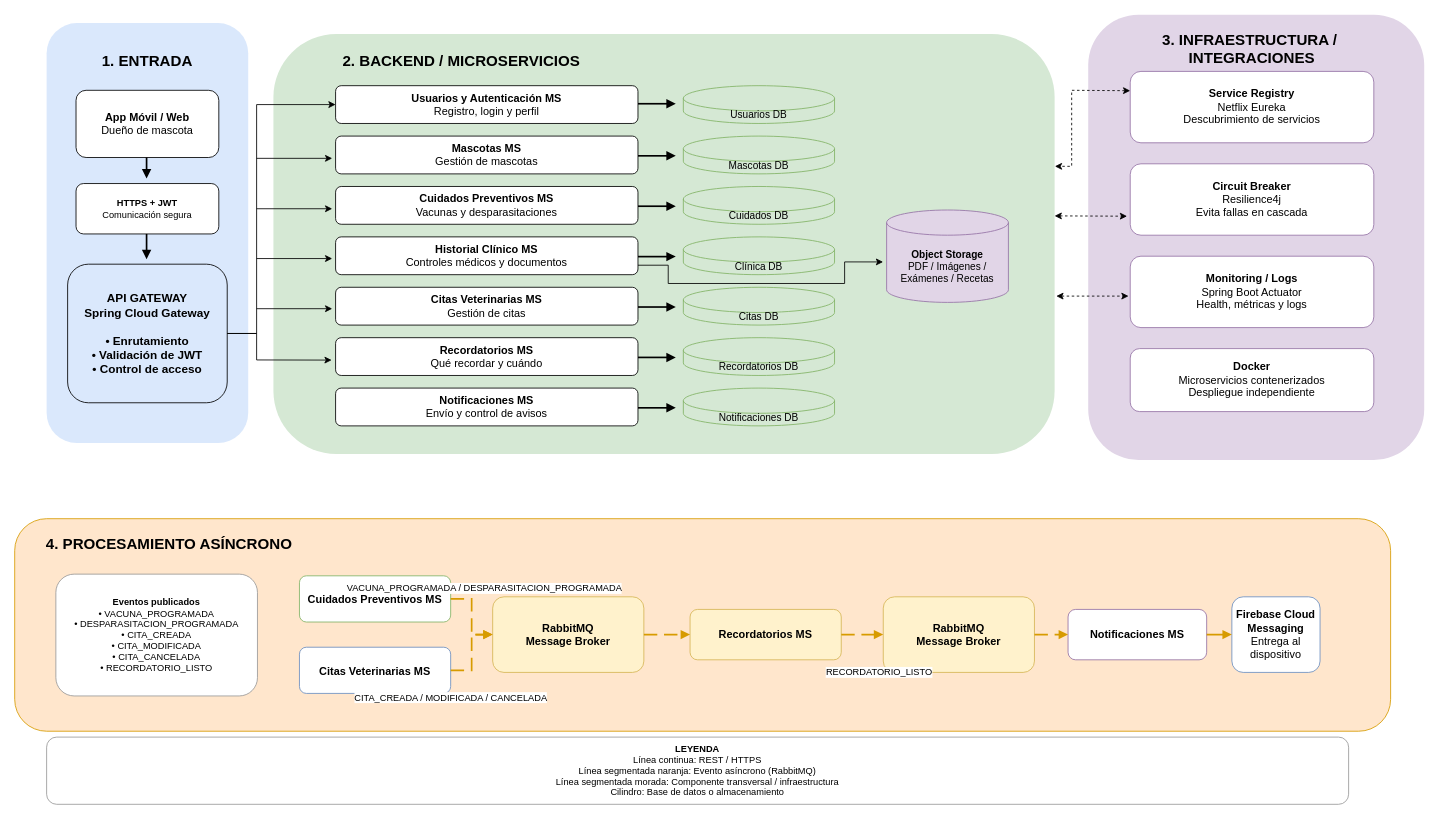
The draw.io diagram registroMascotas/anexos/diagrama-arquitectura.drawio in bradanovich/registroMascotas, before the edit. Source tidied: cells renumbered, new cells numbered last; positions are measured from the earlier drawing's top-left corner, leaving out a move shared by most shapes. Both pictures are drawn from the tidied source at 84%, with x=0, y=0 at pixel (14, 14).
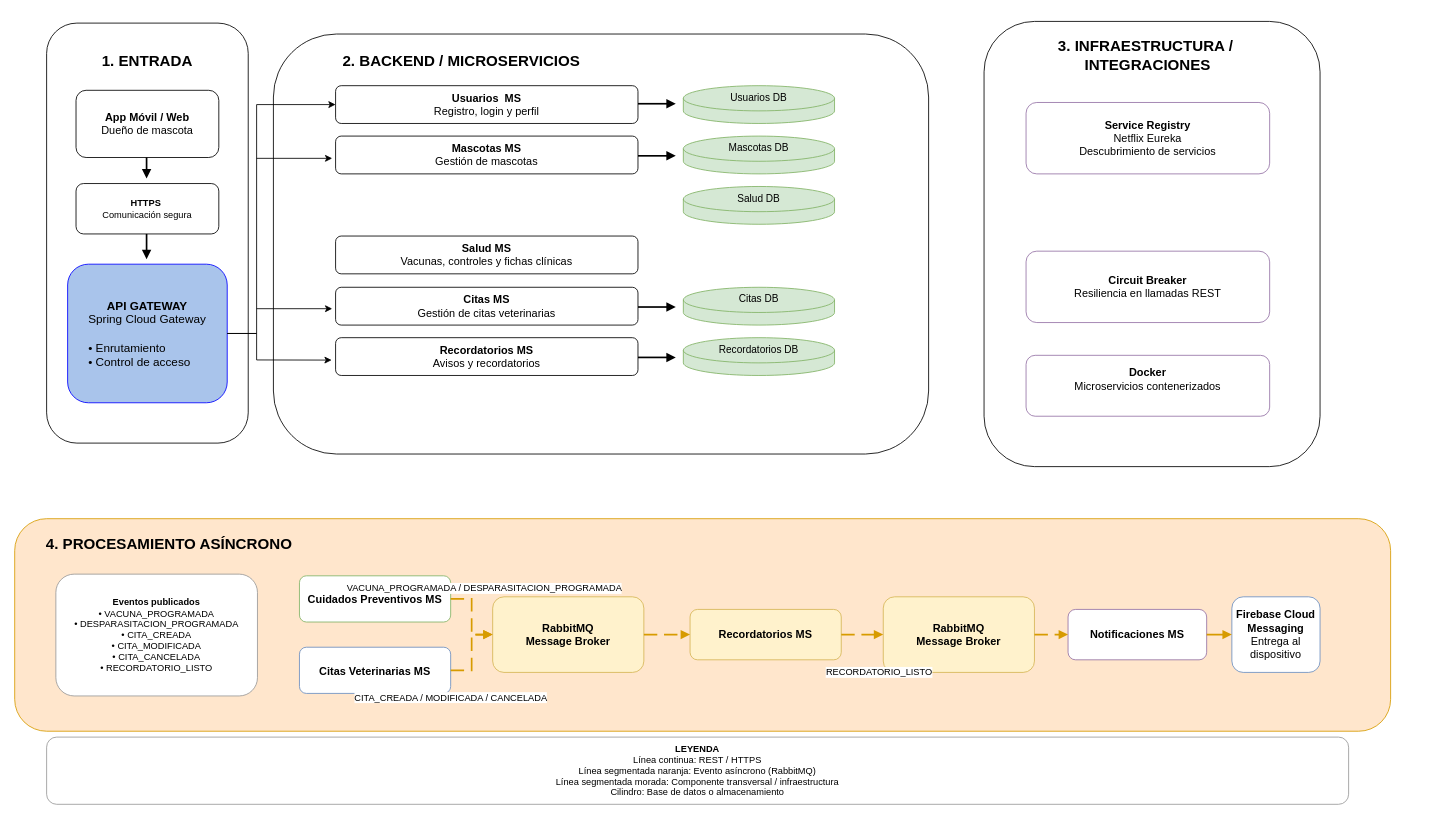
The same diagram, later.

What changed in the source:
```diff
@@
-    <mxCell id="18" style="rounded=1;whiteSpace=wrap;html=1;fillColor=#dae8fc;strokeColor=none;fontStyle=1;fontSize=18;" parent="1" vertex="1">
+    <mxCell id="18" style="rounded=1;whiteSpace=wrap;html=1;fontStyle=1;fontSize=18;" parent="1" vertex="1">
       <mxGeometry x="38" y="10" width="240" height="500" as="geometry" />
     </mxCell>
@@
-    <mxCell id="20" value="&lt;b&gt;HTTPS + JWT&lt;/b&gt;&lt;br/&gt;Comunicación segura" style="rounded=1;whiteSpace=wrap;html=1;fillColor=#ffffff;strokeColor=default;fontSize=11;" parent="1" vertex="1">
+    <mxCell id="20" value="&lt;b&gt;HTTPS&amp;nbsp;&lt;/b&gt;&lt;br&gt;Comunicación segura" style="rounded=1;whiteSpace=wrap;html=1;fillColor=#ffffff;strokeColor=default;fontSize=11;" parent="1" vertex="1">
       <mxGeometry x="73" y="201" width="170" height="60" as="geometry" />
     </mxCell>
-    <mxCell id="21" value="&lt;b&gt;API GATEWAY&lt;/b&gt;&lt;br/&gt;Spring Cloud Gateway&lt;br/&gt;&lt;br/&gt;• Enrutamiento&lt;br/&gt;• Validación de JWT&lt;br/&gt;• Control de acceso" style="rounded=1;whiteSpace=wrap;html=1;fillColor=#dae8fc;strokeColor=#000000;fontStyle=1;fontSize=14;" parent="1" vertex="1">
+    <mxCell id="21" value="&lt;b&gt;API GATEWAY&lt;/b&gt;&lt;br&gt;&lt;span style=&quot;font-weight: normal;&quot;&gt;Spring Cloud Gateway&lt;/span&gt;&lt;br&gt;&lt;br&gt;&lt;div style=&quot;text-align: left;&quot;&gt;&lt;span style=&quot;font-weight: normal; background-color: transparent; color: light-dark(rgb(0, 0, 0), rgb(255, 255, 255));&quot;&gt;• Enrutamiento&lt;/span&gt;&lt;/div&gt;&lt;span style=&quot;font-weight: normal;&quot;&gt;&lt;div style=&quot;text-align: left;&quot;&gt;&lt;span style=&quot;background-color: transparent; color: light-dark(rgb(0, 0, 0), rgb(255, 255, 255));&quot;&gt;• Control de acceso&lt;/span&gt;&lt;/div&gt;&lt;/span&gt;" style="rounded=1;whiteSpace=wrap;html=1;fillColor=#A9C4EB;strokeColor=#0000FF;fontStyle=1;fontSize=14;" parent="1" vertex="1">
       <mxGeometry x="63" y="297" width="190" height="165" as="geometry" />
     </mxCell>
@@
-    <mxCell id="24" style="rounded=1;whiteSpace=wrap;html=1;fillColor=#d5e8d4;strokeColor=none;fontStyle=1;fontSize=18;" parent="1" vertex="1">
-      <mxGeometry x="308" y="23" width="930" height="500" as="geometry" />
+    <mxCell id="24" style="rounded=1;whiteSpace=wrap;html=1;fontStyle=1;fontSize=18;" parent="1" vertex="1">
+      <mxGeometry x="308" y="23" width="780" height="500" as="geometry" />
     </mxCell>
-    <mxCell id="25" value="&lt;b&gt;Usuarios y Autenticación MS&lt;/b&gt;&lt;br/&gt;Registro, login y perfil" style="rounded=1;whiteSpace=wrap;html=1;fillColor=#ffffff;strokeColor=#000000;fontSize=13;" parent="1" vertex="1">
+    <mxCell id="25" value="&lt;b&gt;Usuarios&amp;nbsp; MS&lt;/b&gt;&lt;br&gt;Registro, login y perfil" style="rounded=1;whiteSpace=wrap;html=1;fillColor=#ffffff;strokeColor=#000000;fontSize=13;" parent="1" vertex="1">
       <mxGeometry x="382" y="84.5" width="360" height="45" as="geometry" />
     </mxCell>
@@
-    <mxCell id="27" value="&lt;b&gt;Cuidados Preventivos MS&lt;/b&gt;&lt;br/&gt;Vacunas y desparasitaciones" style="rounded=1;whiteSpace=wrap;html=1;fillColor=#ffffff;strokeColor=#000000;fontSize=13;" parent="1" vertex="1">
-      <mxGeometry x="382" y="204.5" width="360" height="45" as="geometry" />
+    <mxCell id="27" value="&lt;b&gt;Salud MS&lt;/b&gt;&lt;br&gt;Vacunas, controles y fichas clínicas" style="rounded=1;whiteSpace=wrap;html=1;fillColor=#ffffff;strokeColor=#000000;fontSize=13;" parent="1" vertex="1">
+      <mxGeometry x="382" y="263.5" width="360" height="45" as="geometry" />
     </mxCell>
-    <mxCell id="28" value="&lt;b&gt;Historial Clínico MS&lt;/b&gt;&lt;br/&gt;Controles médicos y documentos" style="rounded=1;whiteSpace=wrap;html=1;fillColor=#ffffff;strokeColor=#000000;fontSize=13;" parent="1" vertex="1">
-      <mxGeometry x="382" y="264.5" width="360" height="45" as="geometry" />
-    </mxCell>
-    <mxCell id="29" value="&lt;b&gt;Citas Veterinarias MS&lt;/b&gt;&lt;br/&gt;Gestión de citas" style="rounded=1;whiteSpace=wrap;html=1;fillColor=#ffffff;strokeColor=#000000;fontSize=13;" parent="1" vertex="1">
+    <mxCell id="29" value="&lt;b&gt;Citas MS&lt;/b&gt;&lt;br&gt;Gestión de citas veterinarias" style="rounded=1;whiteSpace=wrap;html=1;fillColor=#ffffff;strokeColor=#000000;fontSize=13;" parent="1" vertex="1">
       <mxGeometry x="382" y="324.5" width="360" height="45" as="geometry" />
     </mxCell>
-    <mxCell id="30" value="&lt;b&gt;Recordatorios MS&lt;/b&gt;&lt;br/&gt;Qué recordar y cuándo" style="rounded=1;whiteSpace=wrap;html=1;fillColor=#ffffff;strokeColor=#000000;fontSize=13;" parent="1" vertex="1">
+    <mxCell id="30" value="&lt;b&gt;Recordatorios MS&lt;/b&gt;&lt;br&gt;Avisos y recordatorios" style="rounded=1;whiteSpace=wrap;html=1;fillColor=#ffffff;strokeColor=#000000;fontSize=13;" parent="1" vertex="1">
       <mxGeometry x="382" y="384.5" width="360" height="45" as="geometry" />
     </mxCell>
-    <mxCell id="31" value="&lt;b&gt;Notificaciones MS&lt;/b&gt;&lt;br/&gt;Envío y control de avisos" style="rounded=1;whiteSpace=wrap;html=1;fillColor=#ffffff;strokeColor=#000000;fontSize=13;" parent="1" vertex="1">
-      <mxGeometry x="382" y="444.5" width="360" height="45" as="geometry" />
-    </mxCell>
-    <mxCell id="32" value="Usuarios DB" style="shape=cylinder3;whiteSpace=wrap;html=1;boundedLbl=1;backgroundOutline=1;size=15;fillColor=#d5e8d4;strokeColor=#82b366;fontSize=12;" parent="1" vertex="1">
+    <mxCell id="32" value="Usuarios DB&lt;div&gt;&lt;br&gt;&lt;/div&gt;&lt;div&gt;&lt;br&gt;&lt;/div&gt;&lt;div&gt;&lt;br&gt;&lt;/div&gt;" style="shape=cylinder3;whiteSpace=wrap;html=1;boundedLbl=1;backgroundOutline=1;size=15;fillColor=#D5E8D4;strokeColor=#82b366;fontSize=12;" parent="1" vertex="1">
       <mxGeometry x="796" y="84.5" width="180" height="45" as="geometry" />
     </mxCell>
-    <mxCell id="33" value="Mascotas DB" style="shape=cylinder3;whiteSpace=wrap;html=1;boundedLbl=1;backgroundOutline=1;size=15;fillColor=#d5e8d4;strokeColor=#82b366;fontSize=12;" parent="1" vertex="1">
+    <mxCell id="33" value="Mascotas DB&lt;div&gt;&lt;br&gt;&lt;/div&gt;&lt;div&gt;&lt;br&gt;&lt;/div&gt;&lt;div&gt;&lt;br&gt;&lt;/div&gt;" style="shape=cylinder3;whiteSpace=wrap;html=1;boundedLbl=1;backgroundOutline=1;size=15;fillColor=#d5e8d4;strokeColor=#82b366;fontSize=12;" parent="1" vertex="1">
       <mxGeometry x="796" y="144.5" width="180" height="45" as="geometry" />
     </mxCell>
-    <mxCell id="34" value="Cuidados DB" style="shape=cylinder3;whiteSpace=wrap;html=1;boundedLbl=1;backgroundOutline=1;size=15;fillColor=#d5e8d4;strokeColor=#82b366;fontSize=12;" parent="1" vertex="1">
+    <mxCell id="34" value="Salud DB&lt;div&gt;&lt;br&gt;&lt;/div&gt;&lt;div&gt;&lt;br&gt;&lt;/div&gt;&lt;div&gt;&lt;br&gt;&lt;/div&gt;" style="shape=cylinder3;whiteSpace=wrap;html=1;boundedLbl=1;backgroundOutline=1;size=15;fillColor=#d5e8d4;strokeColor=#82b366;fontSize=12;" parent="1" vertex="1">
       <mxGeometry x="796" y="204.5" width="180" height="45" as="geometry" />
     </mxCell>
-    <mxCell id="35" value="Clínica DB" style="shape=cylinder3;whiteSpace=wrap;html=1;boundedLbl=1;backgroundOutline=1;size=15;fillColor=#d5e8d4;strokeColor=#82b366;fontSize=12;" parent="1" vertex="1">
-      <mxGeometry x="796" y="264.5" width="180" height="45" as="geometry" />
-    </mxCell>
-    <mxCell id="36" value="Citas DB" style="shape=cylinder3;whiteSpace=wrap;html=1;boundedLbl=1;backgroundOutline=1;size=15;fillColor=#d5e8d4;strokeColor=#82b366;fontSize=12;" parent="1" vertex="1">
+    <mxCell id="36" value="Citas DB&lt;div&gt;&lt;br&gt;&lt;/div&gt;&lt;div&gt;&lt;br&gt;&lt;/div&gt;&lt;div&gt;&lt;br&gt;&lt;/div&gt;" style="shape=cylinder3;whiteSpace=wrap;html=1;boundedLbl=1;backgroundOutline=1;size=15;fillColor=#d5e8d4;strokeColor=#82b366;fontSize=12;" parent="1" vertex="1">
       <mxGeometry x="796" y="324.5" width="180" height="45" as="geometry" />
     </mxCell>
-    <mxCell id="37" value="Recordatorios DB" style="shape=cylinder3;whiteSpace=wrap;html=1;boundedLbl=1;backgroundOutline=1;size=15;fillColor=#d5e8d4;strokeColor=#82b366;fontSize=12;" parent="1" vertex="1">
+    <mxCell id="37" value="Recordatorios DB&lt;div&gt;&lt;br&gt;&lt;/div&gt;&lt;div&gt;&lt;br&gt;&lt;/div&gt;&lt;div&gt;&lt;br&gt;&lt;/div&gt;" style="shape=cylinder3;whiteSpace=wrap;html=1;boundedLbl=1;backgroundOutline=1;size=15;fillColor=#d5e8d4;strokeColor=#82b366;fontSize=12;" parent="1" vertex="1">
       <mxGeometry x="796" y="384.5" width="180" height="45" as="geometry" />
     </mxCell>
-    <mxCell id="38" value="Notificaciones DB" style="shape=cylinder3;whiteSpace=wrap;html=1;boundedLbl=1;backgroundOutline=1;size=15;fillColor=#d5e8d4;strokeColor=#82b366;fontSize=12;" parent="1" vertex="1">
-      <mxGeometry x="796" y="444.5" width="180" height="45" as="geometry" />
-    </mxCell>
-    <mxCell id="39" value="&lt;b&gt;Object Storage&lt;/b&gt;&lt;br/&gt;PDF / Imágenes / Exámenes / Recetas" style="shape=cylinder3;whiteSpace=wrap;html=1;boundedLbl=1;backgroundOutline=1;size=15;fillColor=#e1d5e7;strokeColor=#9673a6;fontSize=12;" parent="1" vertex="1">
-      <mxGeometry x="1038" y="232.5" width="145" height="110" as="geometry" />
-    </mxCell>
-    <mxCell id="40" style="rounded=1;whiteSpace=wrap;html=1;fillColor=#e1d5e7;strokeColor=none;fontStyle=1;fontSize=18;" parent="1" vertex="1">
-      <mxGeometry x="1278" width="400" height="530" as="geometry" />
+    <mxCell id="40" style="rounded=1;whiteSpace=wrap;html=1;fontStyle=1;fontSize=18;" parent="1" vertex="1">
+      <mxGeometry x="1154" y="8" width="400" height="530" as="geometry" />
     </mxCell>
     <mxCell id="41" value="&lt;b&gt;Service Registry&lt;/b&gt;&lt;br/&gt;Netflix Eureka&lt;br/&gt;Descubrimiento de servicios" style="rounded=1;whiteSpace=wrap;html=1;fillColor=#ffffff;strokeColor=#9673a6;fontSize=13;" parent="1" vertex="1">
-      <mxGeometry x="1328" y="67.5" width="290" height="85" as="geometry" />
+      <mxGeometry x="1204" y="104.5" width="290" height="85" as="geometry" />
     </mxCell>
-    <mxCell id="42" value="&lt;b&gt;Circuit Breaker&lt;/b&gt;&lt;br/&gt;Resilience4j&lt;br/&gt;Evita fallas en cascada" style="rounded=1;whiteSpace=wrap;html=1;fillColor=#ffffff;strokeColor=#9673a6;fontSize=13;" parent="1" vertex="1">
-      <mxGeometry x="1328" y="177.5" width="290" height="85" as="geometry" />
+    <mxCell id="42" value="&lt;b&gt;Circuit Breaker&lt;/b&gt;&lt;br&gt;Resiliencia en llamadas REST" style="rounded=1;whiteSpace=wrap;html=1;fillColor=#ffffff;strokeColor=#9673a6;fontSize=13;" parent="1" vertex="1">
+      <mxGeometry x="1204" y="281.5" width="290" height="85" as="geometry" />
     </mxCell>
-    <mxCell id="43" value="&lt;b&gt;Monitoring / Logs&lt;/b&gt;&lt;br/&gt;Spring Boot Actuator&lt;br/&gt;Health, métricas y logs" style="rounded=1;whiteSpace=wrap;html=1;fillColor=#ffffff;strokeColor=#9673a6;fontSize=13;" parent="1" vertex="1">
-      <mxGeometry x="1328" y="287.5" width="290" height="85" as="geometry" />
-    </mxCell>
-    <mxCell id="44" value="&lt;b&gt;Docker&lt;/b&gt;&lt;br/&gt;Microservicios contenerizados&lt;br/&gt;Despliegue independiente" style="rounded=1;whiteSpace=wrap;html=1;fillColor=#ffffff;strokeColor=#9673a6;fontSize=13;" parent="1" vertex="1">
-      <mxGeometry x="1328" y="397.5" width="290" height="75" as="geometry" />
+    <mxCell id="44" value="&lt;b&gt;Docker&lt;/b&gt;&lt;br&gt;Microservicios contenerizados&lt;div&gt;&lt;br/&gt;&lt;/div&gt;" style="rounded=1;whiteSpace=wrap;html=1;fillColor=#ffffff;strokeColor=#9673a6;fontSize=13;" parent="1" vertex="1">
+      <mxGeometry x="1204" y="405.5" width="290" height="72.5" as="geometry" />
     </mxCell>
@@
-    <mxCell id="47" style="edgeStyle=orthogonalEdgeStyle;rounded=0;orthogonalLoop=1;jettySize=auto;html=1;endArrow=block;endFill=1;strokeWidth=2;strokeColor=#000000;" parent="1" edge="1">
-      <mxGeometry relative="1" as="geometry">
-        <mxPoint x="742" y="288" as="sourcePoint" />
-        <mxPoint x="787" y="288" as="targetPoint" />
-      </mxGeometry>
-    </mxCell>
-    <mxCell id="48" style="edgeStyle=orthogonalEdgeStyle;rounded=0;orthogonalLoop=1;jettySize=auto;html=1;endArrow=block;endFill=1;strokeWidth=2;strokeColor=#000000;" parent="1" edge="1">
-      <mxGeometry relative="1" as="geometry">
-        <mxPoint x="742" y="228" as="sourcePoint" />
-        <mxPoint x="787" y="228" as="targetPoint" />
-      </mxGeometry>
-    </mxCell>
@@
-    <mxCell id="51" style="edgeStyle=orthogonalEdgeStyle;rounded=0;orthogonalLoop=1;jettySize=auto;html=1;endArrow=block;endFill=1;strokeWidth=2;strokeColor=#000000;" parent="1" edge="1">
-      <mxGeometry relative="1" as="geometry">
-        <mxPoint x="742" y="468" as="sourcePoint" />
-        <mxPoint x="787" y="468" as="targetPoint" />
-      </mxGeometry>
-    </mxCell>
@@
-    <mxCell id="55" style="endArrow=classic;html=1;rounded=0;" parent="1" edge="1">
-      <mxGeometry relative="1" as="geometry">
-        <mxPoint x="288" y="231" as="sourcePoint" />
-        <mxPoint x="378" y="231" as="targetPoint" />
-      </mxGeometry>
-    </mxCell>
-    <mxCell id="56" style="endArrow=classic;html=1;rounded=0;" parent="1" edge="1">
-      <mxGeometry relative="1" as="geometry">
-        <mxPoint x="288" y="290.3" as="sourcePoint" />
-        <mxPoint x="378" y="290.3" as="targetPoint" />
-      </mxGeometry>
-    </mxCell>
@@
-    <mxCell id="60" style="endArrow=classic;html=1;rounded=0;exitX=1;exitY=0.75;exitDx=0;exitDy=0;entryX=-0.029;entryY=0.562;entryDx=0;entryDy=0;entryPerimeter=0;" parent="1" edge="1" source="28" target="39">
-      <mxGeometry relative="1" as="geometry">
-        <Array as="points">
-          <mxPoint x="778" y="298.2" />
-          <mxPoint x="778" y="320" />
-          <mxPoint x="988" y="320" />
-          <mxPoint x="988" y="294.3" />
-        </Array>
-      </mxGeometry>
-    </mxCell>
     <mxCell id="61" value="3. INFRAESTRUCTURA /&amp;nbsp;&lt;div&gt;INTEGRACIONES&lt;/div&gt;" style="text;html=1;whiteSpace=wrap;strokeColor=none;fillColor=none;align=center;verticalAlign=middle;rounded=0;fontSize=18;fontStyle=1;" parent="1" vertex="1">
-      <mxGeometry x="1358" y="11" width="230" height="60" as="geometry" />
+      <mxGeometry x="1234" y="19" width="230" height="60" as="geometry" />
     </mxCell>
@@
-    <mxCell id="63" style="endArrow=classic;dashed=1;html=1;rounded=0;entryX=1;entryY=0.375;entryDx=0;entryDy=0;entryPerimeter=0;exitX=-0.001;exitY=0.623;exitDx=0;exitDy=0;exitPerimeter=0;strokeColor=light-dark(#000000,#CC99FF);endFill=1;startArrow=classic;startFill=1;" parent="1" edge="1">
-      <mxGeometry relative="1" as="geometry">
-        <mxPoint x="1328" y="90.5" as="sourcePoint" />
-        <mxPoint x="1238.3" y="180.5" as="targetPoint" />
-        <Array as="points">
-          <mxPoint x="1258.3" y="90" />
-          <mxPoint x="1258.3" y="180.5" />
-        </Array>
-      </mxGeometry>
-    </mxCell>
-    <mxCell id="64" style="endArrow=classic;dashed=1;html=1;rounded=0;entryX=-0.013;entryY=0.734;entryDx=0;entryDy=0;entryPerimeter=0;exitX=1;exitY=0.433;exitDx=0;exitDy=0;exitPerimeter=0;strokeColor=light-dark(#000000,#CC99FF);startArrow=classic;startFill=1;endFill=1;" parent="1" edge="1" source="24" target="42">
-      <mxGeometry relative="1" as="geometry" />
-    </mxCell>
-    <mxCell id="65" style="endArrow=classic;dashed=1;html=1;rounded=0;entryX=-0.013;entryY=0.734;entryDx=0;entryDy=0;entryPerimeter=0;exitX=1;exitY=0.433;exitDx=0;exitDy=0;exitPerimeter=0;strokeColor=light-dark(#000000,#CC99FF);startArrow=classic;startFill=1;endFill=1;" parent="1" edge="1">
-      <mxGeometry relative="1" as="geometry">
-        <mxPoint x="1240" y="335" as="sourcePoint" />
-        <mxPoint x="1326" y="335" as="targetPoint" />
-      </mxGeometry>
-    </mxCell>
```
